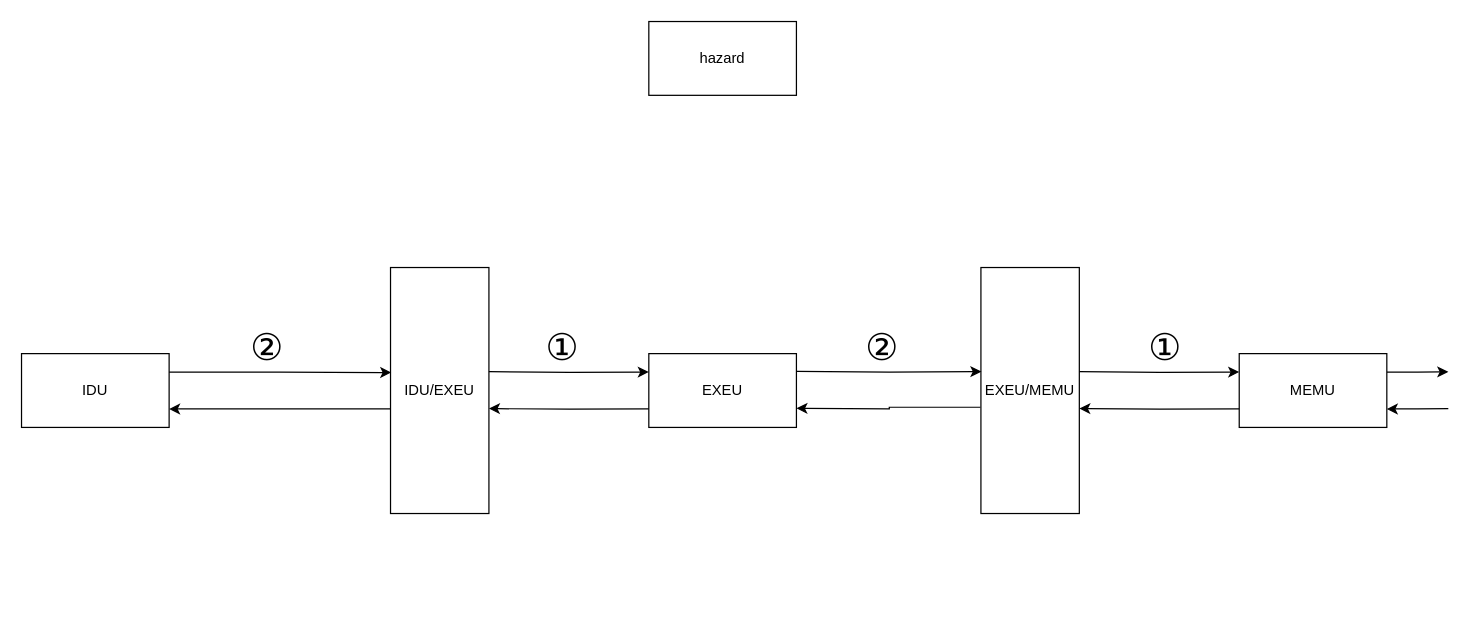
This is store_picture/流水线冒险检测.drawio from LQ0623/draw_io_picture, a draw.io file, before an edit. Source tidied: cells renumbered, new cells numbered last; positions are measured from the earlier drawing's top-left corner, leaving out a move shared by most shapes. Both pictures are drawn from the tidied source at 123%, with x=0, y=0 at pixel (21, 21).
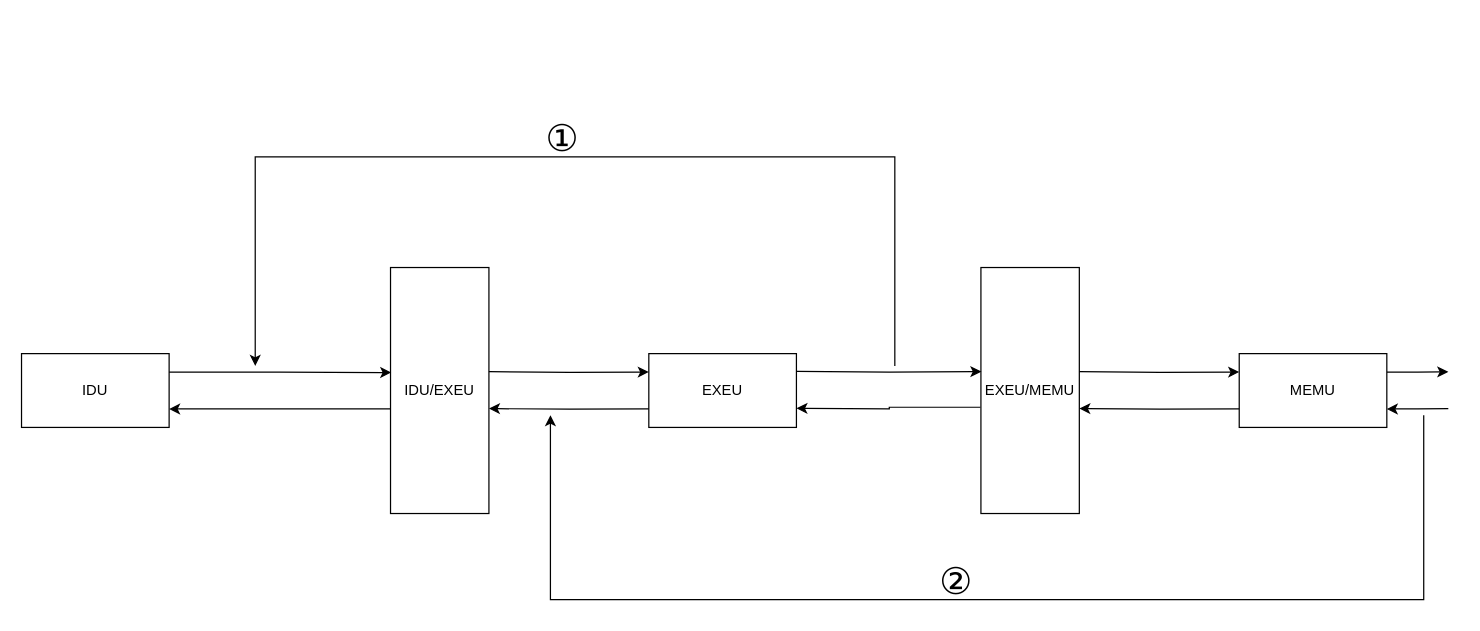
After the change.

Commit message:
更新流水线前递逻辑.drawio

What changed in the source:
```diff
@@
-    <mxCell id="7" value="hazard" style="rounded=0;whiteSpace=wrap;html=1;" parent="1" vertex="1">
-      <mxGeometry x="510" width="120" height="60" as="geometry" />
-    </mxCell>
@@
-    <mxCell id="18" value="①" style="text;html=1;whiteSpace=wrap;strokeColor=none;fillColor=none;align=center;verticalAlign=middle;rounded=0;fontSize=30;" parent="1" vertex="1">
-      <mxGeometry x="410" y="250" width="60" height="30" as="geometry" />
-    </mxCell>
-    <mxCell id="19" value="①" style="text;html=1;whiteSpace=wrap;strokeColor=none;fillColor=none;align=center;verticalAlign=middle;rounded=0;fontSize=30;" parent="1" vertex="1">
-      <mxGeometry x="900" y="250" width="60" height="30" as="geometry" />
-    </mxCell>
-    <mxCell id="20" value="②" style="text;html=1;whiteSpace=wrap;strokeColor=none;fillColor=none;align=center;verticalAlign=middle;rounded=0;fontSize=30;" parent="1" vertex="1">
-      <mxGeometry x="170" y="250" width="60" height="30" as="geometry" />
-    </mxCell>
-    <mxCell id="21" value="②" style="text;html=1;whiteSpace=wrap;strokeColor=none;fillColor=none;align=center;verticalAlign=middle;rounded=0;fontSize=30;" parent="1" vertex="1">
-      <mxGeometry x="670" y="250" width="60" height="30" as="geometry" />
-    </mxCell>
+    <mxCell id="22" style="endArrow=classic;html=1;rounded=0;" parent="1" edge="1">
+      <mxGeometry relative="1" as="geometry">
+        <mxPoint x="710" y="280" as="sourcePoint" />
+        <mxPoint x="190" y="280" as="targetPoint" />
+        <Array as="points">
+          <mxPoint x="710" y="110" />
+          <mxPoint x="190" y="110" />
+        </Array>
+      </mxGeometry>
+    </mxCell>
+    <mxCell id="23" style="endArrow=classic;html=1;rounded=0;" parent="1" edge="1">
+      <mxGeometry relative="1" as="geometry">
+        <mxPoint x="1140" y="320" as="sourcePoint" />
+        <mxPoint x="430" y="320" as="targetPoint" />
+        <Array as="points">
+          <mxPoint x="1140" y="430" />
+          <mxPoint x="1140" y="470" />
+          <mxPoint x="430" y="470" />
+        </Array>
+      </mxGeometry>
+    </mxCell>
+    <mxCell id="24" value="①" style="text;html=1;whiteSpace=wrap;strokeColor=none;fillColor=none;align=center;verticalAlign=middle;rounded=0;fontSize=30;" parent="1" vertex="1">
+      <mxGeometry x="410" y="80" width="60" height="30" as="geometry" />
+    </mxCell>
+    <mxCell id="25" value="②" style="text;html=1;whiteSpace=wrap;strokeColor=none;fillColor=none;align=center;verticalAlign=middle;rounded=0;fontSize=30;" parent="1" vertex="1">
+      <mxGeometry x="730" y="440" width="60" height="30" as="geometry" />
+    </mxCell>
```
